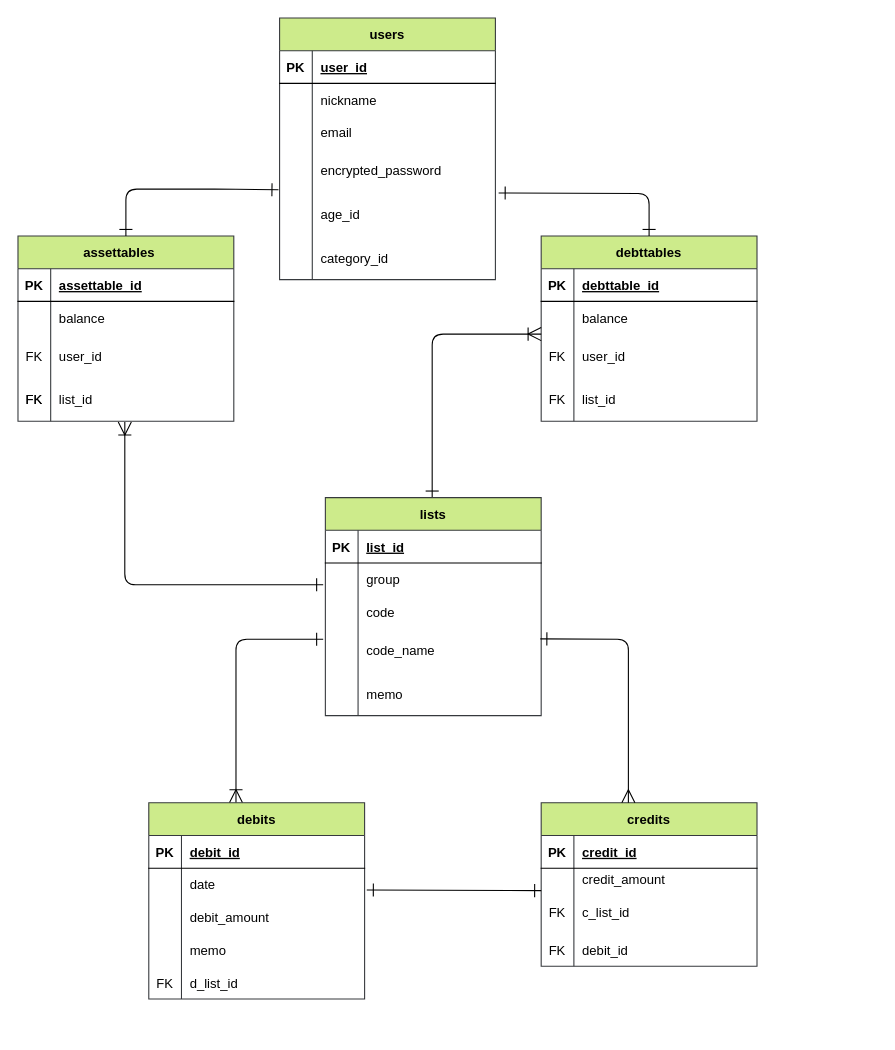
The draw.io diagram page "ER図" (1 of 2) of moneyforest.dio in rikakohira/moneyforest, before the edit. Source tidied: cells renumbered, new cells numbered last; positions are measured from the earlier drawing's top-left corner, leaving out a move shared by most shapes. Both pictures are drawn from the tidied source at 109%, with x=0, y=0 at pixel (17, 17).
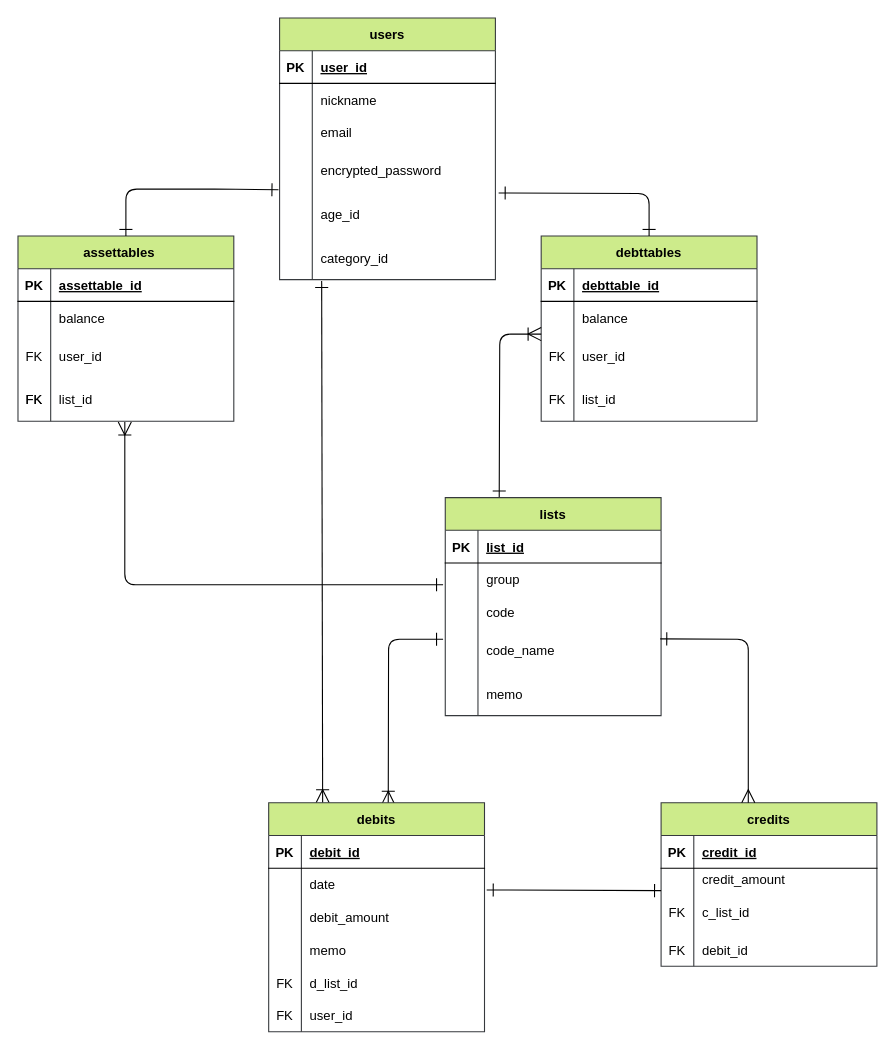
Above is the later version.

Unchanged cells that the change refers to:
```xml
<mxCell id="18" style="shape=partialRectangle;fillColor=none;top=0;left=0;bottom=0;right=0;points=[[0,0.5],[1,0.5]];portConstraint=eastwest;strokeColor=#000000;fontColor=#000000;" parent="2" vertex="1">
  <mxGeometry y="200" width="198" height="40" as="geometry" />
</mxCell>
<mxCell id="31" style="shape=partialRectangle;fillColor=none;top=0;left=0;bottom=0;right=0;points=[[0,0.5],[1,0.5]];portConstraint=eastwest;strokeColor=#000000;fontColor=#000000;" parent="21" vertex="1">
  <mxGeometry y="130" width="198" height="40" as="geometry" />
</mxCell>
<mxCell id="60" style="shape=partialRectangle;fillColor=none;top=0;left=0;bottom=0;right=0;points=[[0,0.5],[1,0.5]];portConstraint=eastwest;strokeColor=#000000;fontColor=#000000;" parent="53" vertex="1">
  <mxGeometry y="80" width="198" height="40" as="geometry" />
</mxCell>
<mxCell id="92" style="shape=partialRectangle;fillColor=none;top=0;left=0;bottom=0;right=0;points=[[0,0.5],[1,0.5]];portConstraint=eastwest;strokeColor=#000000;fontColor=#000000;" parent="82" vertex="1">
  <mxGeometry y="120" width="198" height="40" as="geometry" />
</mxCell>
```

The edit, as a diff of the source:
```diff
@@
+    <mxCell id="104" style="edgeStyle=none;html=1;entryX=0.25;entryY=0;entryDx=0;entryDy=0;exitX=0.195;exitY=1.03;exitDx=0;exitDy=0;exitPerimeter=0;strokeColor=#000000;endSize=10;startSize=10;endArrow=ERoneToMany;endFill=0;startArrow=ERone;startFill=0;" parent="1" edge="1" source="18" target="35">
+      <mxGeometry relative="1" as="geometry" />
+    </mxCell>
@@
-    <mxCell id="34" style="edgeStyle=none;html=1;startArrow=ERoneToMany;startFill=0;endArrow=ERone;endFill=0;strokeColor=#000000;endSize=10;startSize=10;" parent="1" edge="1">
+    <mxCell id="34" style="edgeStyle=none;html=1;startArrow=ERoneToMany;startFill=0;endArrow=ERone;endFill=0;strokeColor=#000000;endSize=10;startSize=10;exitX=0.554;exitY=0.007;exitDx=0;exitDy=0;exitPerimeter=0;" parent="1" edge="1" source="35">
       <mxGeometry relative="1" as="geometry">
-        <mxPoint x="200" y="720" as="sourcePoint" />
-        <mxPoint x="280" y="570" as="targetPoint" />
+        <mxPoint x="390" y="570" as="targetPoint" />
         <Array as="points">
-          <mxPoint x="200" y="570" />
+          <mxPoint x="340" y="570" />
         </Array>
       </mxGeometry>
     </mxCell>
     <mxCell id="35" value="debits" style="shape=table;startSize=30;childLayout=tableLayout;rowLines=0;fontStyle=1;align=center;strokeColor=#36393d;fillColor=#cdeb8b;fontColor=#000000;portConstraintRotation=0;resizeLastRow=1;" parent="1" vertex="1">
-      <mxGeometry x="120" y="720" width="198" height="180" as="geometry" />
+      <mxGeometry x="230" y="720" width="198" height="210" as="geometry" />
     </mxCell>
@@
+    <mxCell id="105" style="shape=partialRectangle;fillColor=none;top=0;left=0;bottom=0;right=0;strokeColor=#000000;fontColor=#000000;" parent="35" vertex="1">
+      <mxGeometry y="180" width="198" height="30" as="geometry" />
+    </mxCell>
+    <mxCell id="106" value="FK" style="shape=partialRectangle;fillColor=none;top=0;left=0;bottom=0;right=0;overflow=hidden;strokeColor=#000000;fontColor=#000000;" parent="105" vertex="1">
+      <mxGeometry width="30" height="30" as="geometry" />
+    </mxCell>
+    <mxCell id="107" value="user_id" style="shape=partialRectangle;fillColor=none;top=0;left=0;bottom=0;right=0;align=left;spacingLeft=6;overflow=hidden;strokeColor=#000000;fontColor=#000000;" parent="105" vertex="1">
+      <mxGeometry x="30" width="168" height="30" as="geometry" />
+    </mxCell>
@@
     <mxCell id="53" value="credits" style="shape=table;startSize=30;childLayout=tableLayout;rowLines=0;fontStyle=1;align=center;strokeColor=#36393d;fillColor=#cdeb8b;fontColor=#000000;resizeLastRow=1;" parent="1" vertex="1">
-      <mxGeometry x="480" y="720" width="198" height="150" as="geometry" />
+      <mxGeometry x="590" y="720" width="198" height="150" as="geometry" />
     </mxCell>
@@
-    <mxCell id="81" style="edgeStyle=none;html=1;startArrow=ERone;startFill=0;endArrow=ERoneToMany;endFill=0;startSize=10;endSize=10;strokeColor=#000000;" parent="1" edge="1">
+    <mxCell id="81" style="edgeStyle=none;html=1;startArrow=ERone;startFill=0;endArrow=ERoneToMany;endFill=0;startSize=10;endSize=10;strokeColor=#000000;exitX=0.25;exitY=0;exitDx=0;exitDy=0;" parent="1" edge="1" source="82">
       <mxGeometry relative="1" as="geometry">
-        <mxPoint x="380" y="440" as="sourcePoint" />
         <mxPoint x="480" y="290" as="targetPoint" />
         <Array as="points">
-          <mxPoint x="380" y="290" />
+          <mxPoint x="442" y="290" />
         </Array>
       </mxGeometry>
     </mxCell>
     <mxCell id="82" value="lists" style="shape=table;startSize=30;childLayout=tableLayout;rowLines=0;fontStyle=1;align=center;strokeColor=#36393d;fillColor=#cdeb8b;fontColor=#000000;portConstraintRotation=0;resizeLastRow=1;" parent="1" vertex="1">
-      <mxGeometry x="282" y="440" width="198" height="200" as="geometry" />
+      <mxGeometry x="392" y="440" width="198" height="200" as="geometry" />
     </mxCell>
@@
     <mxCell id="99" style="edgeStyle=none;html=1;entryX=0.495;entryY=1.015;entryDx=0;entryDy=0;entryPerimeter=0;strokeColor=#000000;endArrow=ERoneToMany;endFill=0;startArrow=ERone;startFill=0;endSize=10;startSize=10;" parent="1" edge="1" target="31">
       <mxGeometry relative="1" as="geometry">
-        <mxPoint x="280" y="520" as="sourcePoint" />
+        <mxPoint x="390" y="520" as="sourcePoint" />
         <Array as="points">
           <mxPoint x="98" y="520" />
         </Array>
       </mxGeometry>
     </mxCell>
@@
     <mxCell id="102" style="edgeStyle=none;html=1;entryX=0;entryY=0.015;entryDx=0;entryDy=0;entryPerimeter=0;strokeColor=#000000;startArrow=ERone;startFill=0;endArrow=ERone;endFill=0;endSize=10;startSize=10;" parent="1" edge="1" target="60">
       <mxGeometry relative="1" as="geometry">
-        <mxPoint x="320" y="800" as="sourcePoint" />
+        <mxPoint x="430" y="800" as="sourcePoint" />
       </mxGeometry>
     </mxCell>
     <mxCell id="103" style="edgeStyle=none;html=1;startArrow=ERmany;startFill=0;endArrow=ERone;endFill=0;strokeColor=#000000;entryX=0.996;entryY=0.24;entryDx=0;entryDy=0;entryPerimeter=0;endSize=10;startSize=10;" parent="1" edge="1" target="92">
       <mxGeometry relative="1" as="geometry">
-        <mxPoint x="560" y="720" as="sourcePoint" />
+        <mxPoint x="670" y="720" as="sourcePoint" />
         <Array as="points">
-          <mxPoint x="560" y="570" />
+          <mxPoint x="670" y="570" />
         </Array>
       </mxGeometry>
     </mxCell>
```
